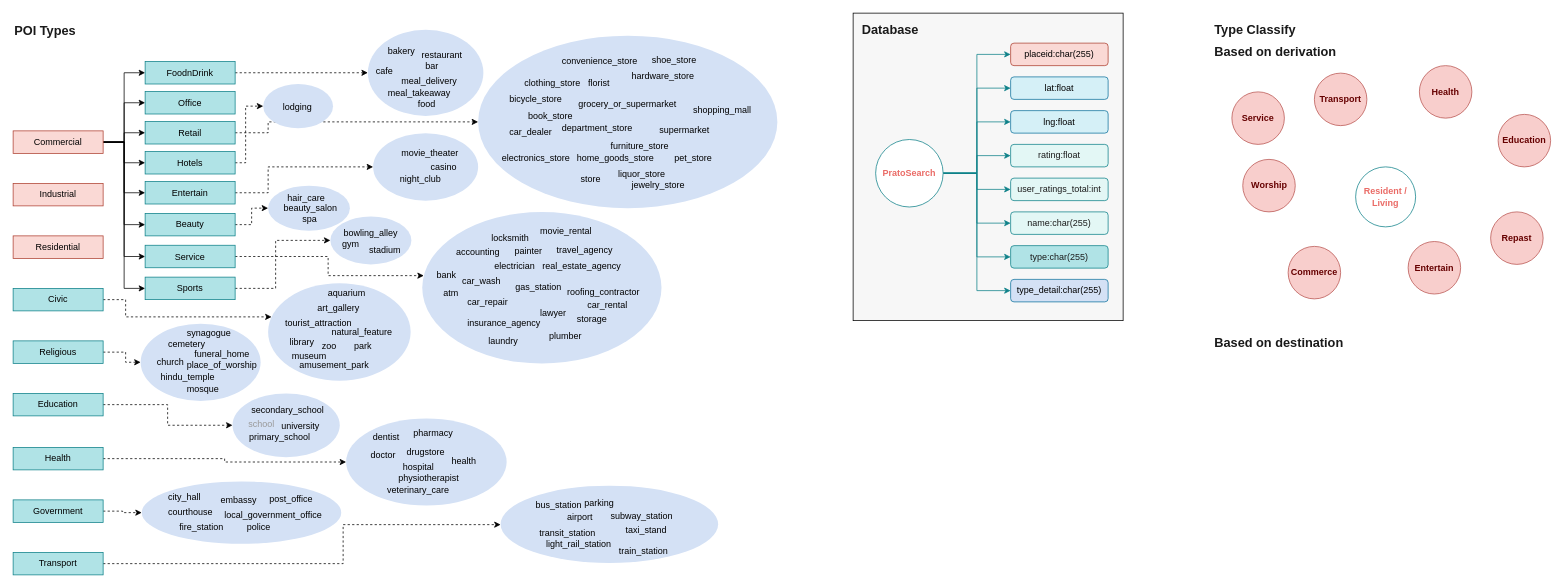
The draw.io diagram data/FunctionMap.drawio in amomorning/osm4arch, before the edit. Source tidied: cells renumbered, new cells numbered last; positions are measured from the earlier drawing's top-left corner, leaving out a move shared by most shapes. Both pictures are drawn from the tidied source at 75%, with x=0, y=0 at pixel (13, 13).
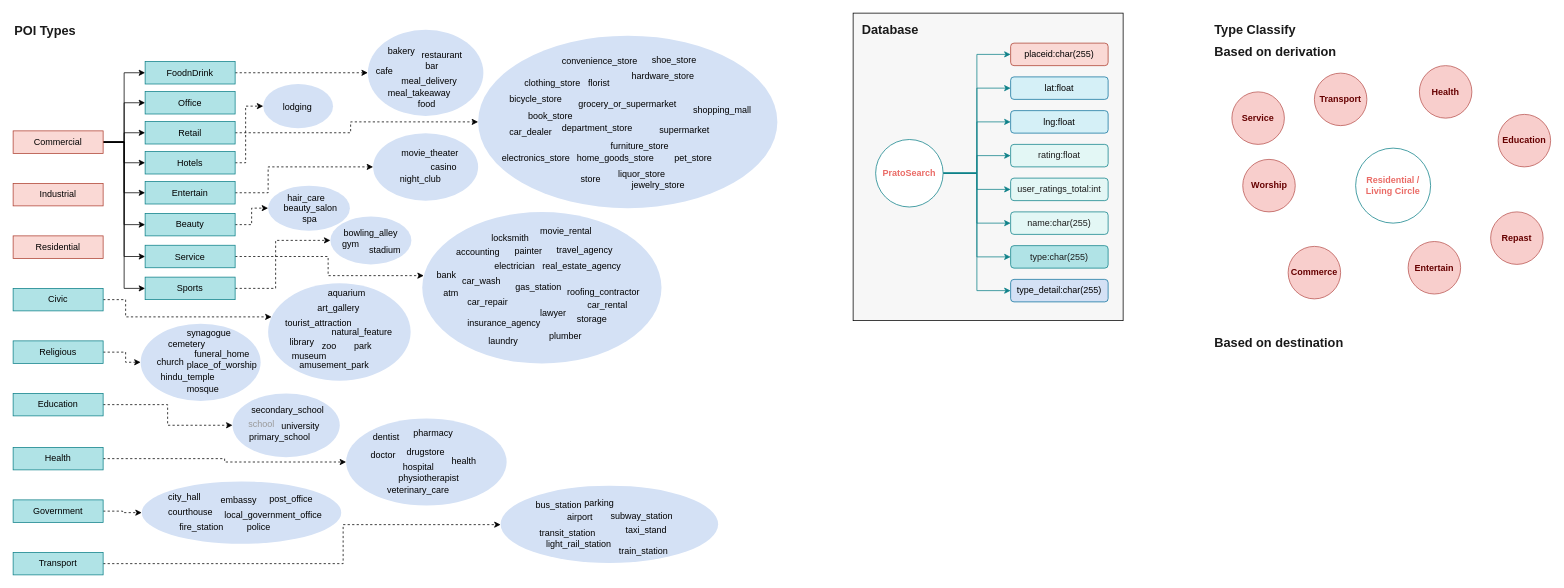
The same page after the edit.

The change refers to these unchanged cells:
```xml
<mxCell id="57" value="Retail" style="rounded=0;whiteSpace=wrap;html=1;fillColor=#b0e3e6;strokeColor=#0e8088;" parent="1" vertex="1">
  <mxGeometry x="176" y="144.5" width="120" height="30" as="geometry" />
</mxCell>
<mxCell id="76" style="ellipse;whiteSpace=wrap;html=1;fillColor=#D4E1F5;strokeColor=none;" parent="75" vertex="1">
  <mxGeometry width="399" height="230" as="geometry" />
</mxCell>
```

Diff of the diagram source:
```diff
@@
-    <mxCell id="25" value="Resident / Living" style="ellipse;whiteSpace=wrap;html=1;fillColor=#FFFFFF;strokeColor=#0e8088;labelBackgroundColor=none;fontColor=#EA6B66;strokeWidth=1;fontStyle=1;" parent="1" vertex="1">
-      <mxGeometry x="1790" y="205" width="80" height="80" as="geometry" />
+    <mxCell id="25" value="Residential / Living Circle" style="ellipse;whiteSpace=wrap;html=1;fillColor=#FFFFFF;strokeColor=#0e8088;labelBackgroundColor=none;fontColor=#EA6B66;strokeWidth=1;fontStyle=1;" parent="1" vertex="1">
+      <mxGeometry x="1790" y="180" width="100" height="100" as="geometry" />
     </mxCell>
@@
     <mxCell id="56" style="edgeStyle=elbowEdgeStyle;rounded=0;jettySize=auto;html=1;exitX=1;exitY=0.5;exitDx=0;exitDy=0;entryX=0;entryY=0.5;entryDx=0;entryDy=0;fontColor=#000000;dashed=1;" parent="1" edge="1" source="57" target="76">
       <mxGeometry relative="1" as="geometry">
         <Array as="points">
+          <mxPoint x="450" y="160" />
           <mxPoint x="340" y="140" />
         </Array>
       </mxGeometry>
     </mxCell>
```
